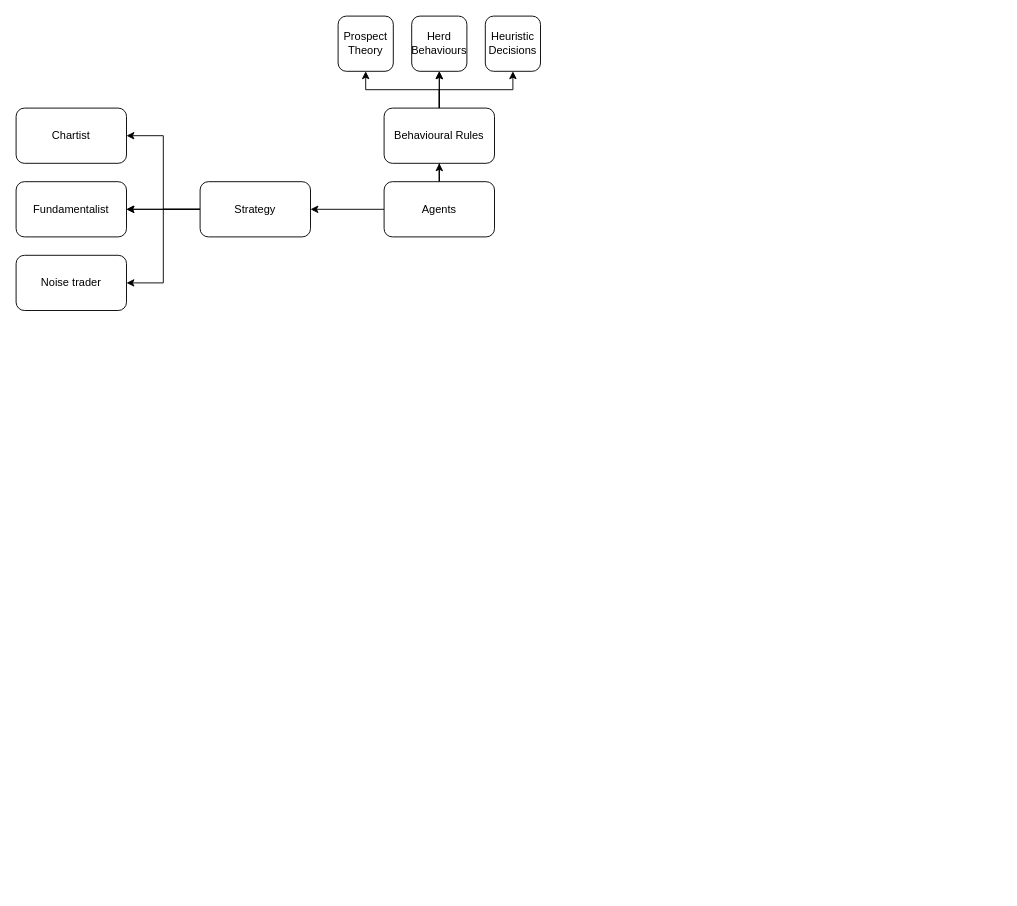
The draw.io diagram Untitled Diagram.drawio in JustSimpleLucas/agent-based-modelling-behavioural-fianance, before the edit. Source tidied: cells renumbered, new cells numbered last; positions are measured from the earlier drawing's top-left corner, leaving out a move shared by most shapes. Both pictures are drawn from the tidied source at 92%, with x=0, y=0 at pixel (16, 16).
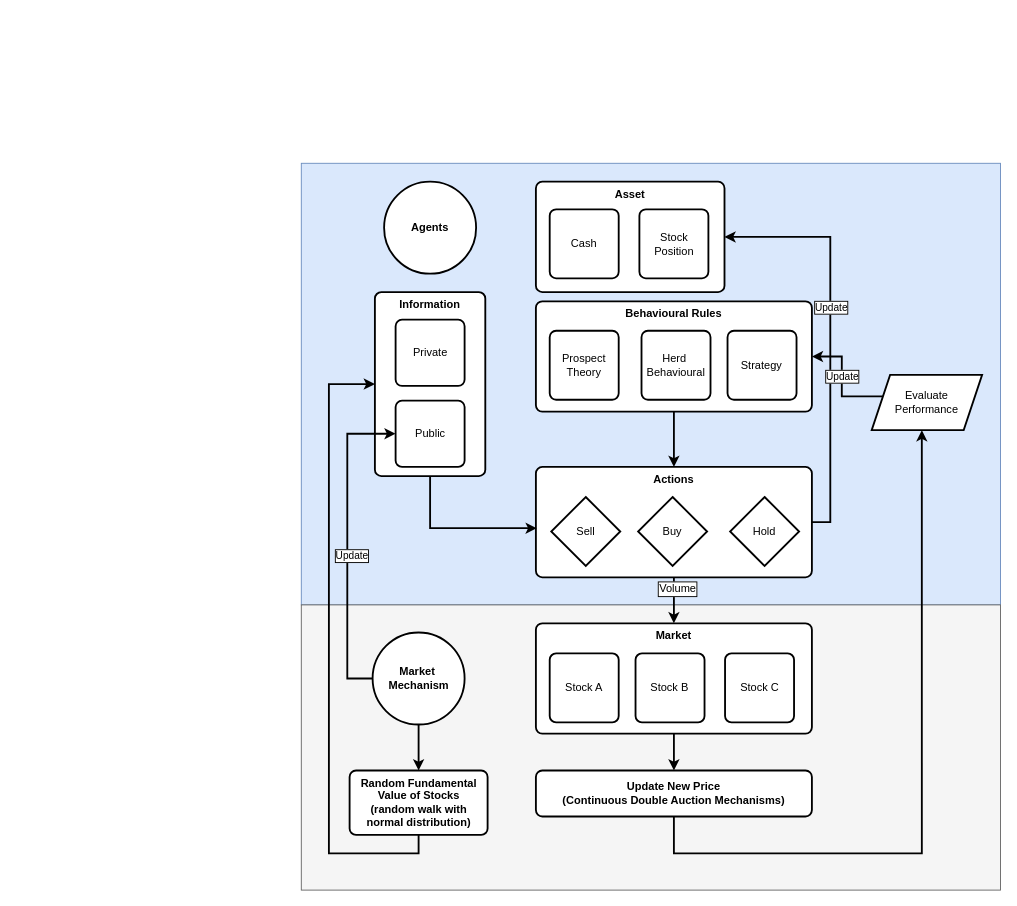
The same diagram, later.

The edit, as a diff of the source:
```diff
@@
-    <mxCell id="2" style="edgeStyle=orthogonalEdgeStyle;rounded=0;jettySize=auto;html=1;" parent="1" edge="1" source="4" target="8">
-      <mxGeometry relative="1" as="geometry" />
-    </mxCell>
-    <mxCell id="3" style="edgeStyle=orthogonalEdgeStyle;rounded=0;jettySize=auto;html=1;" parent="1" edge="1" source="4" target="16">
-      <mxGeometry relative="1" as="geometry" />
-    </mxCell>
+    <mxCell id="21" style="rounded=0;whiteSpace=wrap;html=1;fillColor=#dae8fc;strokeColor=#6c8ebf;" parent="1" vertex="1">
+      <mxGeometry x="310" y="160" width="760" height="480" as="geometry" />
+    </mxCell>
+    <mxCell id="22" style="edgeStyle=orthogonalEdgeStyle;rounded=0;jettySize=auto;html=1;exitX=1;exitY=0.5;exitDx=0;exitDy=0;entryX=1;entryY=0.5;entryDx=0;entryDy=0;strokeWidth=2;" parent="1" edge="1" source="29" target="57">
+      <mxGeometry relative="1" as="geometry" />
+    </mxCell>
+    <mxCell id="23" value="Update" style="edgeLabel;html=1;align=center;verticalAlign=middle;textShadow=0;labelBorderColor=default;" parent="22" vertex="1">
+      <mxGeometry x="0.14" relative="1" as="geometry" />
+    </mxCell>
+    <mxCell id="24" style="rounded=0;whiteSpace=wrap;html=1;fillColor=#f5f5f5;strokeColor=#666666;fontColor=#333333;" parent="1" vertex="1">
+      <mxGeometry x="310" y="640" width="760" height="310" as="geometry" />
+    </mxCell>
-    <mxCell id="4" value="Agents" style="rounded=1;whiteSpace=wrap;html=1;" parent="1" vertex="1">
-      <mxGeometry x="400" y="180" width="120" height="60" as="geometry" />
+    <mxCell id="4" value="&lt;b&gt;Agents&lt;/b&gt;" style="strokeWidth=2;html=1;shape=mxgraph.flowchart.start_2;whiteSpace=wrap;" parent="1" vertex="1">
+      <mxGeometry x="400" y="180" width="100" height="100" as="geometry" />
     </mxCell>
-    <mxCell id="5" style="edgeStyle=orthogonalEdgeStyle;rounded=0;jettySize=auto;html=1;" parent="1" edge="1" source="8" target="9">
-      <mxGeometry relative="1" as="geometry">
-        <Array as="points">
-          <mxPoint x="460" y="80" />
-          <mxPoint x="380" y="80" />
-        </Array>
-      </mxGeometry>
-    </mxCell>
-    <mxCell id="6" style="edgeStyle=orthogonalEdgeStyle;rounded=0;jettySize=auto;html=1;entryX=0.5;entryY=1;entryDx=0;entryDy=0;" parent="1" edge="1" source="8" target="10">
-      <mxGeometry relative="1" as="geometry" />
-    </mxCell>
-    <mxCell id="7" style="edgeStyle=orthogonalEdgeStyle;rounded=0;jettySize=auto;html=1;" parent="1" edge="1" source="8" target="10">
-      <mxGeometry relative="1" as="geometry" />
-    </mxCell>
+    <mxCell id="25" style="group;" parent="1" vertex="1">
+      <mxGeometry x="565" y="310" width="300" height="120" as="geometry" />
+    </mxCell>
-    <mxCell id="8" value="Behavioural Rules" style="whiteSpace=wrap;html=1;rounded=1;" parent="1" vertex="1">
-      <mxGeometry x="400" y="100" width="120" height="60" as="geometry" />
+    <mxCell id="8" value="&lt;b&gt;Behavioural Rules&lt;/b&gt;" style="rounded=1;whiteSpace=wrap;html=1;absoluteArcSize=1;arcSize=14;strokeWidth=2;verticalAlign=top;" parent="25" vertex="1">
+      <mxGeometry width="300" height="120" as="geometry" />
     </mxCell>
-    <mxCell id="9" value="Prospect Theory" style="whiteSpace=wrap;html=1;rounded=1;" parent="1" vertex="1">
-      <mxGeometry x="350" width="60" height="60" as="geometry" />
+    <mxCell id="9" value="Prospect&lt;div&gt;Theory&lt;/div&gt;" style="rounded=1;whiteSpace=wrap;html=1;absoluteArcSize=1;arcSize=14;strokeWidth=2;" parent="25" vertex="1">
+      <mxGeometry x="15" y="32" width="75" height="75" as="geometry" />
     </mxCell>
-    <mxCell id="10" value="Herd Behaviours" style="whiteSpace=wrap;html=1;rounded=1;" parent="1" vertex="1">
-      <mxGeometry x="430" width="60" height="60" as="geometry" />
-    </mxCell>
-    <mxCell id="11" value="Heuristic&lt;div&gt;Decisions&lt;/div&gt;" style="whiteSpace=wrap;html=1;rounded=1;" parent="1" vertex="1">
-      <mxGeometry x="510" width="60" height="60" as="geometry" />
-    </mxCell>
-    <mxCell id="12" style="edgeStyle=orthogonalEdgeStyle;rounded=0;jettySize=auto;html=1;entryX=0.5;entryY=1;entryDx=0;entryDy=0;" parent="1" edge="1" target="11">
-      <mxGeometry relative="1" as="geometry">
-        <mxPoint x="460" y="100" as="sourcePoint" />
-        <Array as="points">
-          <mxPoint x="460" y="80" />
-          <mxPoint x="540" y="80" />
-        </Array>
-      </mxGeometry>
-    </mxCell>
-    <mxCell id="13" style="edgeStyle=orthogonalEdgeStyle;rounded=0;jettySize=auto;html=1;" parent="1" edge="1" source="16" target="17">
-      <mxGeometry relative="1" as="geometry" />
-    </mxCell>
-    <mxCell id="14" style="edgeStyle=orthogonalEdgeStyle;rounded=0;jettySize=auto;html=1;" parent="1" edge="1" source="16" target="17">
-      <mxGeometry relative="1" as="geometry" />
-    </mxCell>
-    <mxCell id="15" style="edgeStyle=orthogonalEdgeStyle;rounded=0;jettySize=auto;html=1;exitX=0;exitY=0.5;exitDx=0;exitDy=0;" parent="1" edge="1" source="16" target="18">
-      <mxGeometry relative="1" as="geometry">
-        <Array as="points">
-          <mxPoint x="160" y="210" />
-          <mxPoint x="160" y="130" />
-        </Array>
-      </mxGeometry>
-    </mxCell>
+    <mxCell id="26" value="Herd&amp;nbsp;&lt;div&gt;Behavioural&lt;/div&gt;" style="rounded=1;whiteSpace=wrap;html=1;absoluteArcSize=1;arcSize=14;strokeWidth=2;" parent="25" vertex="1">
+      <mxGeometry x="114.8" y="32" width="75" height="75" as="geometry" />
+    </mxCell>
-    <mxCell id="16" value="Strategy" style="rounded=1;whiteSpace=wrap;html=1;" parent="1" vertex="1">
-      <mxGeometry x="200" y="180" width="120" height="60" as="geometry" />
+    <mxCell id="16" value="Strategy" style="rounded=1;whiteSpace=wrap;html=1;absoluteArcSize=1;arcSize=14;strokeWidth=2;" parent="25" vertex="1">
+      <mxGeometry x="208.3" y="32" width="75" height="75" as="geometry" />
     </mxCell>
-    <mxCell id="17" value="Fundamentalist" style="rounded=1;whiteSpace=wrap;html=1;" parent="1" vertex="1">
-      <mxGeometry y="180" width="120" height="60" as="geometry" />
-    </mxCell>
-    <mxCell id="18" value="Chartist" style="whiteSpace=wrap;html=1;rounded=1;" parent="1" vertex="1">
-      <mxGeometry y="100" width="120" height="60" as="geometry" />
-    </mxCell>
-    <mxCell id="19" value="Noise trader" style="whiteSpace=wrap;html=1;rounded=1;" parent="1" vertex="1">
-      <mxGeometry y="260" width="120" height="60" as="geometry" />
-    </mxCell>
-    <mxCell id="20" style="edgeStyle=orthogonalEdgeStyle;rounded=0;jettySize=auto;html=1;exitX=0;exitY=0.5;exitDx=0;exitDy=0;entryX=1;entryY=0.5;entryDx=0;entryDy=0;" parent="1" edge="1" source="16" target="19">
-      <mxGeometry relative="1" as="geometry">
-        <Array as="points">
-          <mxPoint x="160" y="210" />
-          <mxPoint x="160" y="290" />
-        </Array>
-      </mxGeometry>
-    </mxCell>
+    <mxCell id="27" style="edgeStyle=none;rounded=0;orthogonalLoop=1;jettySize=auto;html=1;exitX=1;exitY=0.5;exitDx=0;exitDy=0;" parent="25" edge="1" source="8" target="8">
+      <mxGeometry relative="1" as="geometry" />
+    </mxCell>
+    <mxCell id="28" style="group;" parent="1" vertex="1">
+      <mxGeometry x="565" y="490" width="300" height="120" as="geometry" />
+    </mxCell>
+    <mxCell id="29" value="&lt;b&gt;Actions&lt;/b&gt;" style="rounded=1;whiteSpace=wrap;html=1;absoluteArcSize=1;arcSize=14;strokeWidth=2;verticalAlign=top;" parent="28" vertex="1">
+      <mxGeometry width="300" height="120" as="geometry" />
+    </mxCell>
+    <mxCell id="30" value="Hold" style="strokeWidth=2;html=1;shape=mxgraph.flowchart.decision;whiteSpace=wrap;" parent="28" vertex="1">
+      <mxGeometry x="211.1" y="32.7" width="75" height="75" as="geometry" />
+    </mxCell>
+    <mxCell id="31" value="Buy" style="strokeWidth=2;html=1;shape=mxgraph.flowchart.decision;whiteSpace=wrap;" parent="28" vertex="1">
+      <mxGeometry x="111.1" y="32.7" width="75" height="75" as="geometry" />
+    </mxCell>
+    <mxCell id="32" value="Sell" style="strokeWidth=2;html=1;shape=mxgraph.flowchart.decision;whiteSpace=wrap;" parent="28" vertex="1">
+      <mxGeometry x="16.7" y="32.7" width="75" height="75" as="geometry" />
+    </mxCell>
+    <mxCell id="33" style="edgeStyle=none;rounded=0;orthogonalLoop=1;jettySize=auto;html=1;exitX=0.5;exitY=1;exitDx=0;exitDy=0;" parent="28" edge="1" source="29" target="29">
+      <mxGeometry relative="1" as="geometry" />
+    </mxCell>
+    <mxCell id="34" style="endArrow=classic;html=1;rounded=0;exitX=0.5;exitY=1;exitDx=0;exitDy=0;entryX=0.5;entryY=0;entryDx=0;entryDy=0;strokeWidth=2;" parent="1" edge="1" source="8" target="29">
+      <mxGeometry relative="1" as="geometry" />
+    </mxCell>
+    <mxCell id="35" style="group;" parent="1" vertex="1">
+      <mxGeometry x="565" y="660" width="300" height="120" as="geometry" />
+    </mxCell>
+    <mxCell id="36" value="&lt;b&gt;Market&lt;/b&gt;" style="rounded=1;whiteSpace=wrap;html=1;absoluteArcSize=1;arcSize=14;strokeWidth=2;verticalAlign=top;" parent="35" vertex="1">
+      <mxGeometry width="300" height="120" as="geometry" />
+    </mxCell>
+    <mxCell id="37" style="edgeStyle=none;rounded=0;orthogonalLoop=1;jettySize=auto;html=1;exitX=0.5;exitY=1;exitDx=0;exitDy=0;" parent="35" edge="1" source="36" target="36">
+      <mxGeometry relative="1" as="geometry" />
+    </mxCell>
+    <mxCell id="38" value="Stock A" style="rounded=1;whiteSpace=wrap;html=1;absoluteArcSize=1;arcSize=14;strokeWidth=2;" parent="35" vertex="1">
+      <mxGeometry x="15" y="32.7" width="75" height="75" as="geometry" />
+    </mxCell>
+    <mxCell id="39" value="&lt;div&gt;Stock B&lt;/div&gt;" style="rounded=1;whiteSpace=wrap;html=1;absoluteArcSize=1;arcSize=14;strokeWidth=2;" parent="35" vertex="1">
+      <mxGeometry x="108.3" y="32.7" width="75" height="75" as="geometry" />
+    </mxCell>
+    <mxCell id="40" value="Stock C" style="rounded=1;whiteSpace=wrap;html=1;absoluteArcSize=1;arcSize=14;strokeWidth=2;" parent="35" vertex="1">
+      <mxGeometry x="205.6" y="32.7" width="75" height="75" as="geometry" />
+    </mxCell>
+    <mxCell id="41" style="endArrow=classic;html=1;rounded=0;exitX=0.5;exitY=1;exitDx=0;exitDy=0;entryX=0.5;entryY=0;entryDx=0;entryDy=0;strokeWidth=2;" parent="1" edge="1" source="29" target="36">
+      <mxGeometry relative="1" as="geometry" />
+    </mxCell>
+    <mxCell id="42" value="Volume" style="edgeLabel;html=1;align=center;verticalAlign=middle;fontSize=12;labelBorderColor=default;" parent="41" vertex="1">
+      <mxGeometry x="-0.54" y="3" relative="1" as="geometry" />
+    </mxCell>
+    <mxCell id="43" style="edgeStyle=orthogonalEdgeStyle;rounded=0;jettySize=auto;html=1;exitX=0.5;exitY=1;exitDx=0;exitDy=0;entryX=0.454;entryY=1.002;entryDx=0;entryDy=0;strokeWidth=2;entryPerimeter=0;" parent="1" edge="1" source="44" target="54">
+      <mxGeometry relative="1" as="geometry">
+        <Array as="points">
+          <mxPoint x="715" y="910" />
+          <mxPoint x="985" y="910" />
+        </Array>
+      </mxGeometry>
+    </mxCell>
+    <mxCell id="44" value="&lt;b&gt;Update New Price&lt;/b&gt;&lt;div&gt;&lt;b&gt;(C&lt;/b&gt;&lt;span style=&quot;background-color: transparent;&quot;&gt;&lt;b&gt;ontinuous Double Auction Mechanisms&lt;/b&gt;&lt;/span&gt;&lt;b style=&quot;background-color: transparent; color: light-dark(rgb(0, 0, 0), rgb(255, 255, 255));&quot;&gt;)&lt;/b&gt;&lt;/div&gt;" style="rounded=1;whiteSpace=wrap;html=1;absoluteArcSize=1;arcSize=14;strokeWidth=2;" parent="1" vertex="1">
+      <mxGeometry x="565" y="820" width="300" height="50" as="geometry" />
+    </mxCell>
+    <mxCell id="45" value="&lt;b&gt;Information&lt;/b&gt;" style="rounded=1;whiteSpace=wrap;html=1;absoluteArcSize=1;arcSize=14;strokeWidth=2;verticalAlign=top;" parent="1" vertex="1">
+      <mxGeometry x="390" y="300" width="120" height="200" as="geometry" />
+    </mxCell>
+    <mxCell id="46" value="Private" style="rounded=1;whiteSpace=wrap;html=1;absoluteArcSize=1;arcSize=14;strokeWidth=2;" parent="1" vertex="1">
+      <mxGeometry x="412.5" y="330" width="75" height="72" as="geometry" />
+    </mxCell>
+    <mxCell id="47" value="Public" style="rounded=1;whiteSpace=wrap;html=1;absoluteArcSize=1;arcSize=14;strokeWidth=2;" parent="1" vertex="1">
+      <mxGeometry x="412.5" y="418" width="75" height="72" as="geometry" />
+    </mxCell>
+    <mxCell id="48" style="endArrow=classic;html=1;rounded=0;exitX=0.5;exitY=1;exitDx=0;exitDy=0;entryX=0.003;entryY=0.555;entryDx=0;entryDy=0;strokeWidth=2;entryPerimeter=0;edgeStyle=orthogonalEdgeStyle;" parent="1" edge="1" source="45" target="29">
+      <mxGeometry relative="1" as="geometry" />
+    </mxCell>
+    <mxCell id="49" style="edgeStyle=orthogonalEdgeStyle;rounded=0;jettySize=auto;html=1;exitX=0;exitY=0.5;exitDx=0;exitDy=0;exitPerimeter=0;strokeWidth=2;fontSize=12;" parent="1" edge="1" source="52" target="47">
+      <mxGeometry relative="1" as="geometry">
+        <Array as="points">
+          <mxPoint x="360" y="720" />
+          <mxPoint x="360" y="454" />
+        </Array>
+      </mxGeometry>
+    </mxCell>
+    <mxCell id="50" value="Update" style="edgeLabel;html=1;align=center;verticalAlign=middle;labelBorderColor=default;" parent="49" vertex="1">
+      <mxGeometry x="-0.07" y="-4" relative="1" as="geometry" />
+    </mxCell>
+    <mxCell id="51" style="edgeStyle=orthogonalEdgeStyle;rounded=0;jettySize=auto;html=1;exitX=0.5;exitY=1;exitDx=0;exitDy=0;exitPerimeter=0;entryX=0.5;entryY=0;entryDx=0;entryDy=0;strokeWidth=2;" parent="1" edge="1" source="52" target="61">
+      <mxGeometry relative="1" as="geometry" />
+    </mxCell>
+    <mxCell id="52" value="&lt;b&gt;Market&amp;nbsp;&lt;/b&gt;&lt;div&gt;&lt;b&gt;Mechanism&lt;/b&gt;&lt;/div&gt;" style="strokeWidth=2;html=1;shape=mxgraph.flowchart.start_2;whiteSpace=wrap;" parent="1" vertex="1">
+      <mxGeometry x="387.5" y="670" width="100" height="100" as="geometry" />
+    </mxCell>
+    <mxCell id="53" style="endArrow=classic;html=1;rounded=0;exitX=0.5;exitY=1;exitDx=0;exitDy=0;strokeWidth=2;" parent="1" edge="1" source="36" target="44">
+      <mxGeometry relative="1" as="geometry" />
+    </mxCell>
+    <mxCell id="54" value="Evaluate Performance" style="shape=parallelogram;perimeter=parallelogramPerimeter;whiteSpace=wrap;html=1;fixedSize=1;strokeWidth=2;" parent="1" vertex="1">
+      <mxGeometry x="930" y="390" width="120" height="60" as="geometry" />
+    </mxCell>
+    <mxCell id="55" style="endArrow=classic;html=1;rounded=0;exitX=0.101;exitY=0.388;exitDx=0;exitDy=0;entryX=1;entryY=0.5;entryDx=0;entryDy=0;strokeWidth=2;exitPerimeter=0;edgeStyle=orthogonalEdgeStyle;" parent="1" edge="1" source="54" target="8">
+      <mxGeometry relative="1" as="geometry" />
+    </mxCell>
+    <mxCell id="56" value="Update" style="edgeLabel;html=1;align=center;verticalAlign=middle;labelBorderColor=default;" parent="55" vertex="1">
+      <mxGeometry x="0.1" relative="1" as="geometry" />
+    </mxCell>
+    <mxCell id="57" value="&lt;b&gt;Asset&lt;/b&gt;" style="rounded=1;whiteSpace=wrap;html=1;absoluteArcSize=1;arcSize=14;strokeWidth=2;verticalAlign=top;" parent="1" vertex="1">
+      <mxGeometry x="565" y="180" width="205" height="120" as="geometry" />
+    </mxCell>
+    <mxCell id="58" value="Cash" style="rounded=1;whiteSpace=wrap;html=1;absoluteArcSize=1;arcSize=14;strokeWidth=2;" parent="1" vertex="1">
+      <mxGeometry x="580" y="210" width="75" height="75" as="geometry" />
+    </mxCell>
+    <mxCell id="59" value="Stock Position" style="rounded=1;whiteSpace=wrap;html=1;absoluteArcSize=1;arcSize=14;strokeWidth=2;" parent="1" vertex="1">
+      <mxGeometry x="677.5" y="210" width="75" height="75" as="geometry" />
+    </mxCell>
+    <mxCell id="60" style="edgeStyle=orthogonalEdgeStyle;rounded=0;jettySize=auto;html=1;exitX=0.5;exitY=1;exitDx=0;exitDy=0;entryX=0;entryY=0.5;entryDx=0;entryDy=0;strokeWidth=2;" parent="1" edge="1" source="61" target="45">
+      <mxGeometry relative="1" as="geometry">
+        <Array as="points">
+          <mxPoint x="438" y="910" />
+          <mxPoint x="340" y="910" />
+          <mxPoint x="340" y="400" />
+        </Array>
+      </mxGeometry>
+    </mxCell>
+    <mxCell id="61" value="&lt;b&gt;Random Fundamental Value of Stocks&lt;/b&gt;&lt;div&gt;&lt;b&gt;(random walk with normal distribution)&lt;/b&gt;&lt;/div&gt;" style="rounded=1;whiteSpace=wrap;html=1;absoluteArcSize=1;arcSize=14;strokeWidth=2;" parent="1" vertex="1">
+      <mxGeometry x="362.5" y="820" width="150" height="70" as="geometry" />
+    </mxCell>
```
